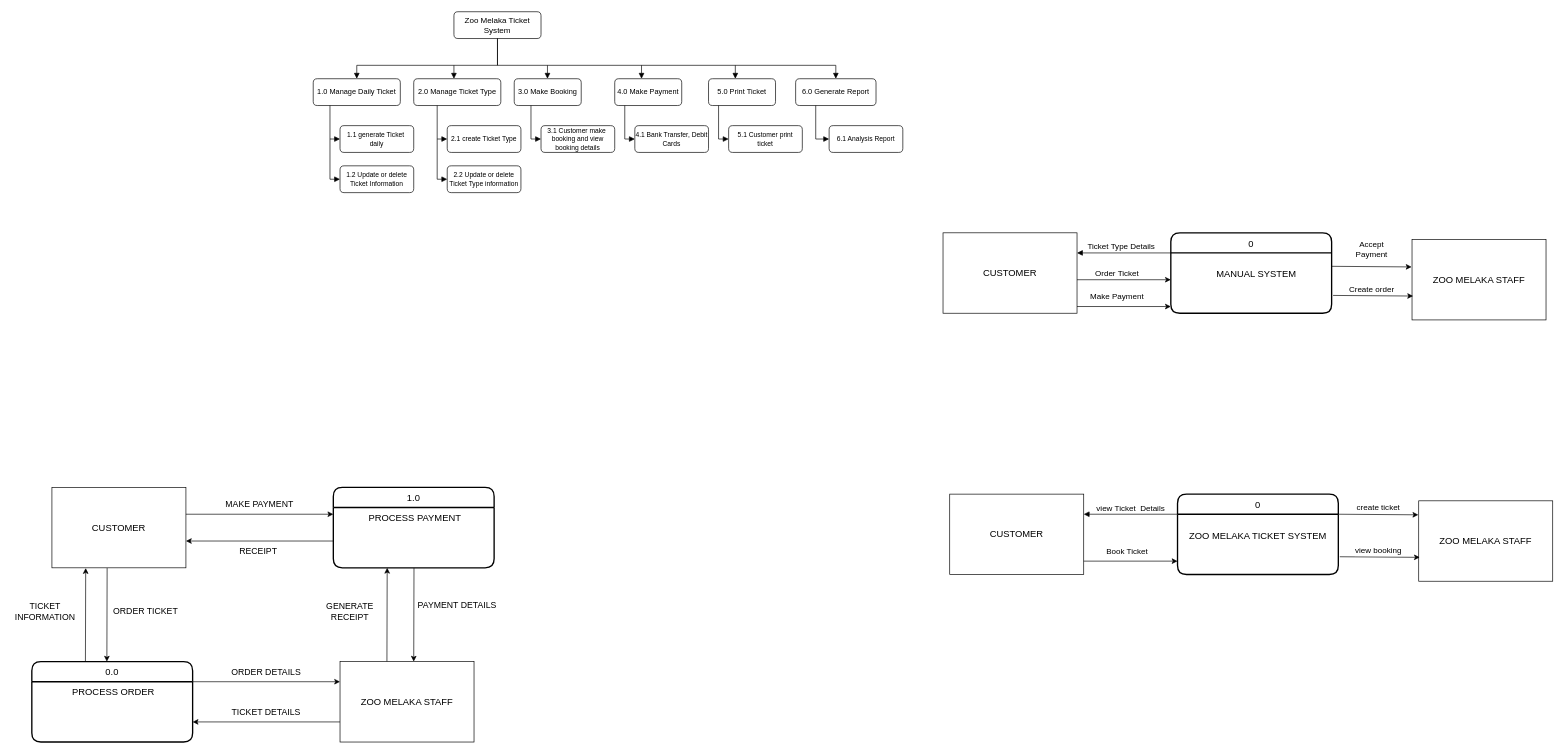
Above: dfdl0.drawio in nurezzajeslin/Exercise-1 (draw.io), before the change. Source tidied: cells renumbered, new cells numbered last; positions are measured from the earlier drawing's top-left corner, leaving out a move shared by most shapes. Both pictures are drawn from the tidied source at 67%, with x=0, y=0 at pixel (11, 11).
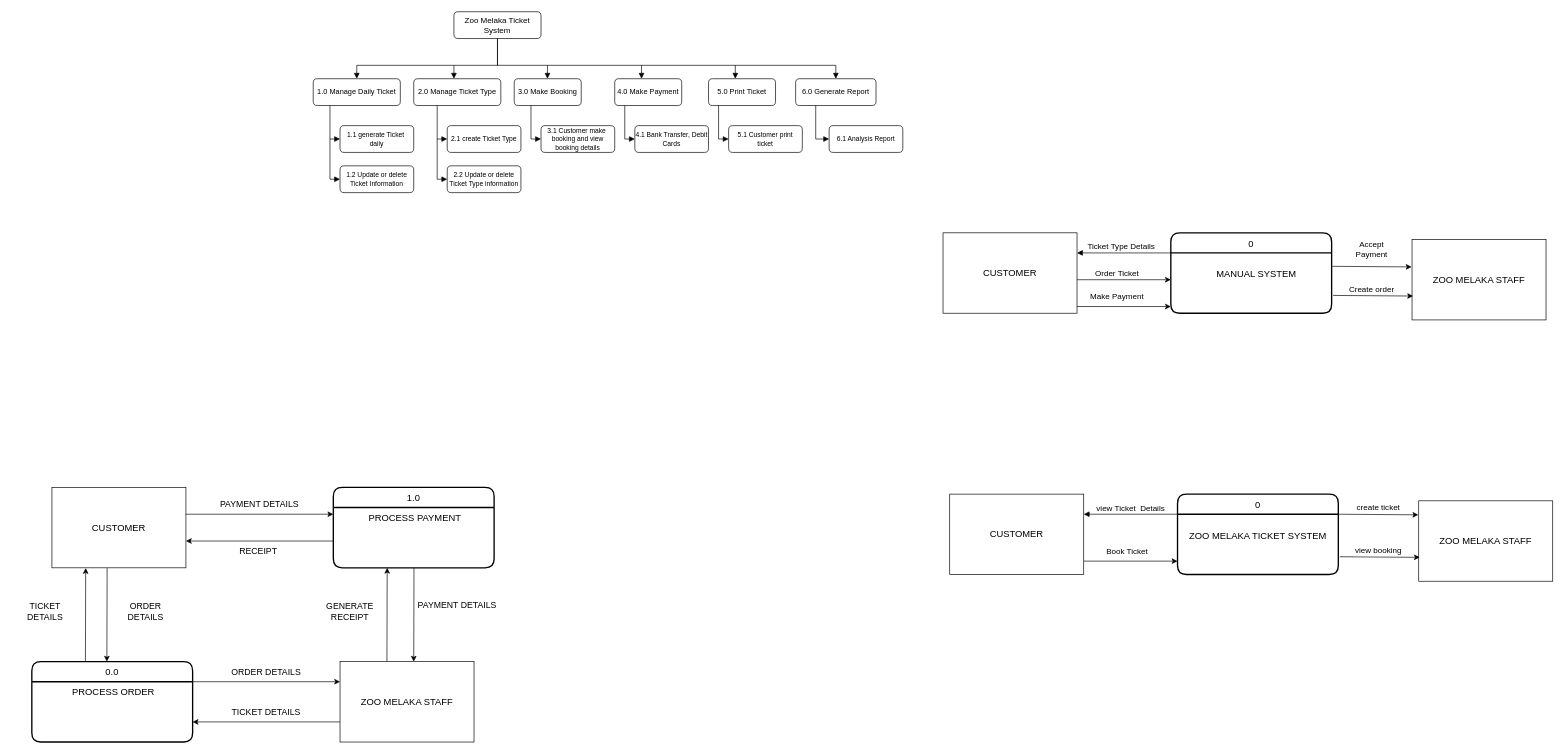
After the change.

The edit, as a diff of the source:
```diff
@@
-    <mxCell id="56" value="&lt;span style=&quot;font-size: 13px&quot;&gt;ORDER TICKET&lt;/span&gt;" style="text;html=1;strokeColor=none;fillColor=none;align=center;verticalAlign=middle;whiteSpace=wrap;rounded=0;labelBackgroundColor=#FFFFFF;fontSize=14;" parent="1" vertex="1">
+    <mxCell id="56" value="&lt;span style=&quot;font-size: 13px&quot;&gt;ORDER DETAILS&lt;/span&gt;" style="text;html=1;strokeColor=none;fillColor=none;align=center;verticalAlign=middle;whiteSpace=wrap;rounded=0;labelBackgroundColor=#FFFFFF;fontSize=14;" parent="1" vertex="1">
       <mxGeometry x="150" y="890" width="100" height="10" as="geometry" />
     </mxCell>
-    <mxCell id="57" value="&lt;span style=&quot;font-size: 13px&quot;&gt;MAKE PAYMENT&lt;/span&gt;" style="text;html=1;strokeColor=none;fillColor=none;align=center;verticalAlign=middle;whiteSpace=wrap;rounded=0;labelBackgroundColor=#FFFFFF;fontSize=14;" parent="1" vertex="1">
+    <mxCell id="57" value="&lt;span style=&quot;font-size: 13px&quot;&gt;PAYMENT DETAILS&lt;/span&gt;" style="text;html=1;strokeColor=none;fillColor=none;align=center;verticalAlign=middle;whiteSpace=wrap;rounded=0;labelBackgroundColor=#FFFFFF;fontSize=14;" parent="1" vertex="1">
       <mxGeometry x="310" y="730" width="120" height="10" as="geometry" />
     </mxCell>
@@
-    <mxCell id="67" value="&lt;span style=&quot;font-size: 13px&quot;&gt;TICKET INFORMATION&lt;/span&gt;" style="text;html=1;strokeColor=none;fillColor=none;align=center;verticalAlign=middle;whiteSpace=wrap;rounded=0;labelBackgroundColor=#FFFFFF;fontSize=14;" parent="1" vertex="1">
+    <mxCell id="67" value="&lt;span style=&quot;font-size: 13px&quot;&gt;TICKET DETAILS&lt;/span&gt;" style="text;html=1;strokeColor=none;fillColor=none;align=center;verticalAlign=middle;whiteSpace=wrap;rounded=0;labelBackgroundColor=#FFFFFF;fontSize=14;" parent="1" vertex="1">
       <mxGeometry y="890" width="100" height="10" as="geometry" />
     </mxCell>
```
